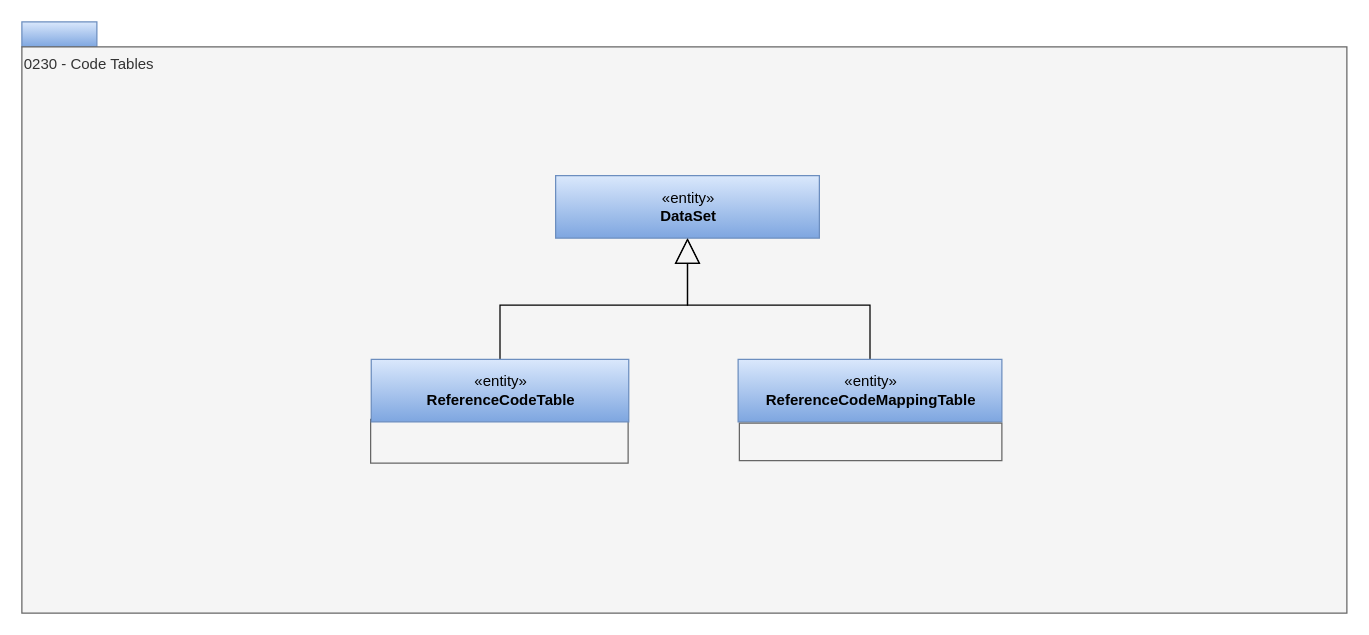
The draw.io diagram page "0230-Code-Tables" (18 of 25) of site/docs/types/2/area-2-assets.drawio in odpi/egeria-docs, before the edit. Source tidied: cells renumbered, new cells numbered last; positions are measured from the earlier drawing's top-left corner, leaving out a move shared by most shapes. Both pictures are drawn from the tidied source at 125%, with x=0, y=0 at pixel (21, 21).
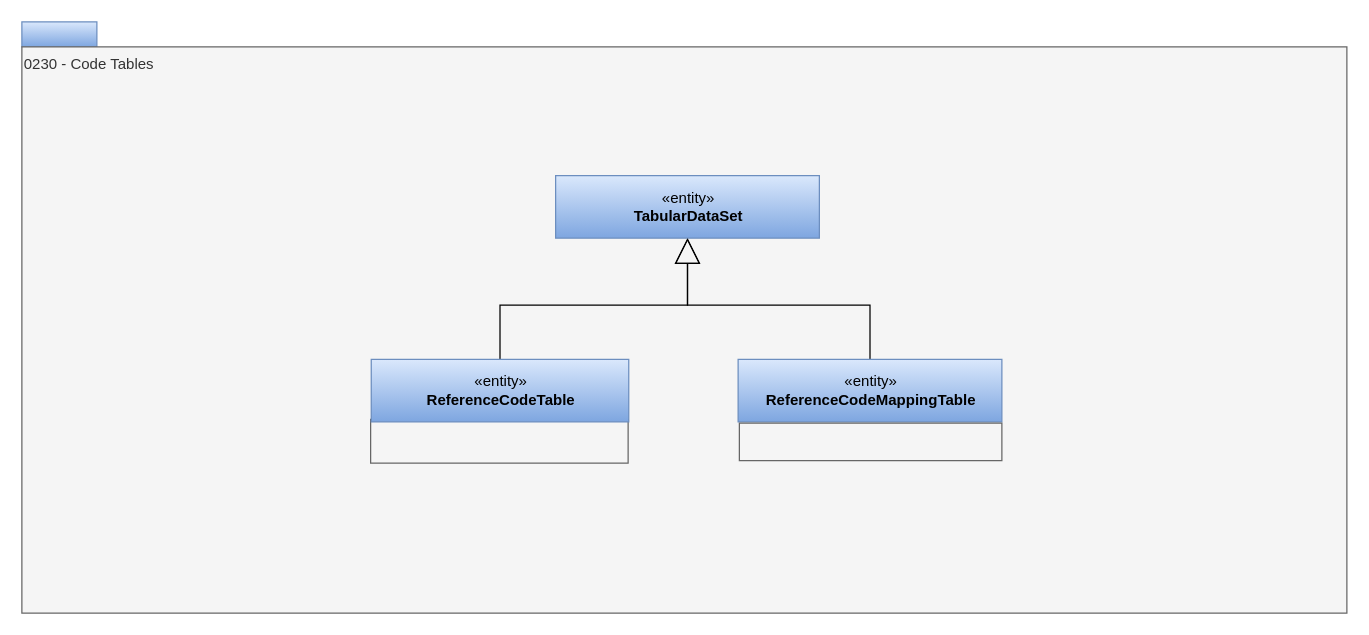
The same page after the edit.

What changed in the source:
```diff
@@
 <mxGraphModel>
   <root>
     <mxCell id="0" />
     <mxCell id="1" parent="0" />
     <mxCell id="2" style="rounded=0;whiteSpace=wrap;html=1;align=left;fillColor=#dae8fc;strokeColor=#6c8ebf;gradientColor=#7ea6e0;" parent="1" vertex="1">
       <mxGeometry width="60" height="20" as="geometry" />
     </mxCell>
     <mxCell id="3" value="0230 - Code Tables" style="rounded=0;whiteSpace=wrap;html=1;align=left;verticalAlign=top;fillColor=#f5f5f5;fontColor=#333333;strokeColor=#666666;" parent="1" vertex="1">
       <mxGeometry y="20" width="1060" height="453" as="geometry" />
     </mxCell>
     <mxCell id="4" style="edgeStyle=orthogonalEdgeStyle;rounded=0;jettySize=auto;html=1;endArrow=block;endFill=0;endSize=18;" parent="1" edge="1" source="5" target="7">
       <mxGeometry relative="1" as="geometry" />
     </mxCell>
     <mxCell id="5" value="«entity»&lt;br&gt;&lt;b&gt;ReferenceCodeMappingTable&lt;/b&gt;" style="html=1;strokeColor=#6c8ebf;align=center;fillColor=#dae8fc;gradientColor=#7ea6e0;" parent="1" vertex="1">
       <mxGeometry x="573" y="270" width="211" height="50" as="geometry" />
     </mxCell>
     <mxCell id="6" style="rounded=0;whiteSpace=wrap;html=1;strokeColor=#666666;align=left;fillColor=#f5f5f5;fontColor=#333333;" parent="1" vertex="1">
       <mxGeometry x="574" y="321" width="210" height="30" as="geometry" />
     </mxCell>
-    <mxCell id="7" value="«entity»&lt;br&gt;&lt;b&gt;DataSet&lt;/b&gt;" style="html=1;strokeColor=#6c8ebf;align=center;fillColor=#dae8fc;gradientColor=#7ea6e0;" parent="1" vertex="1">
+    <mxCell id="7" value="«entity»&lt;br&gt;&lt;b&gt;TabularDataSet&lt;/b&gt;" style="html=1;strokeColor=#6c8ebf;align=center;fillColor=#dae8fc;gradientColor=#7ea6e0;" parent="1" vertex="1">
       <mxGeometry x="427" y="123" width="211" height="50" as="geometry" />
     </mxCell>
     <mxCell id="8" style="rounded=0;whiteSpace=wrap;html=1;strokeColor=#666666;align=left;fillColor=#f5f5f5;fontColor=#333333;" parent="1" vertex="1">
       <mxGeometry x="279" y="318" width="206" height="35" as="geometry" />
     </mxCell>
     <mxCell id="9" style="edgeStyle=orthogonalEdgeStyle;rounded=0;jettySize=auto;html=1;exitX=0.5;exitY=0;exitDx=0;exitDy=0;entryX=0.5;entryY=1;entryDx=0;entryDy=0;endArrow=block;endFill=0;endSize=18;" parent="1" edge="1" source="10" target="7">
       <mxGeometry relative="1" as="geometry" />
     </mxCell>
     <mxCell id="10" value="«entity»&lt;br&gt;&lt;b&gt;ReferenceCodeTable&lt;/b&gt;" style="html=1;strokeColor=#6c8ebf;align=center;fillColor=#dae8fc;gradientColor=#7ea6e0;" parent="1" vertex="1">
       <mxGeometry x="279.5" y="270" width="206" height="50" as="geometry" />
     </mxCell>
   </root>
 </mxGraphModel>
```
